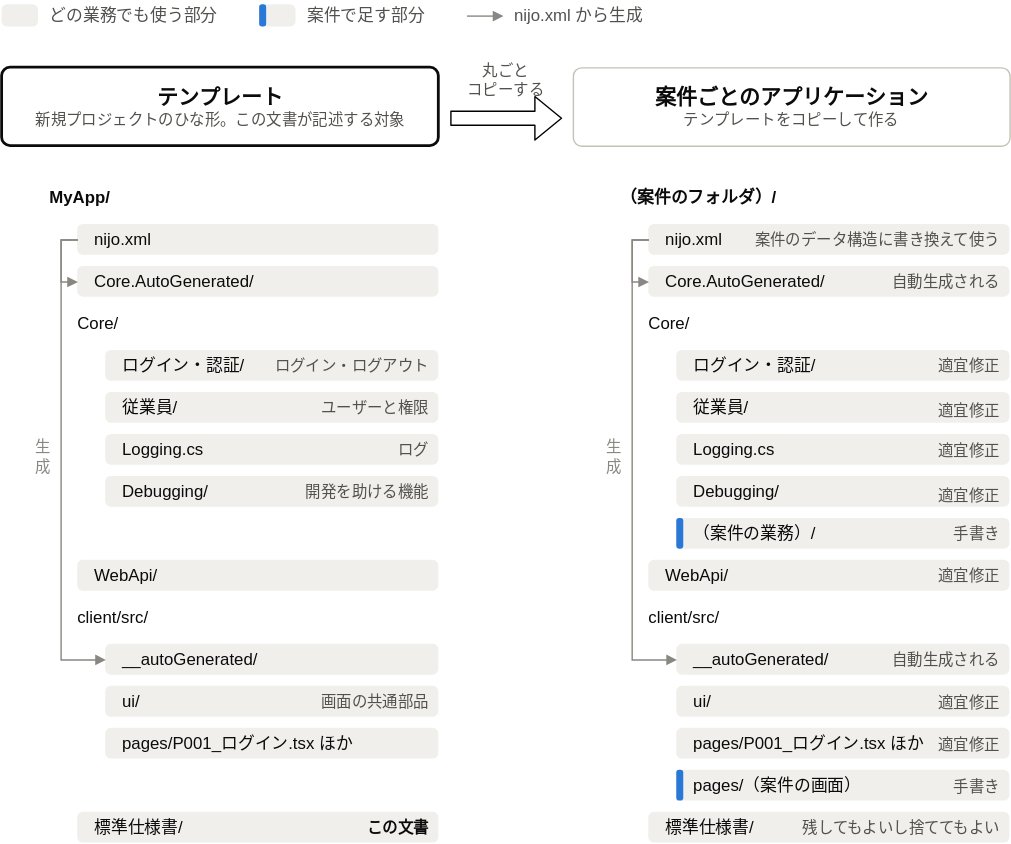
The draw.io diagram demo/101_販売管理システム/標準仕様書/図/概要図.drawio.svg in halllky/NijoAppScaffold, before a commit. Source tidied: cells renumbered, new cells last; positions are measured from the earlier drawing's top-left corner, leaving out a move shared by most shapes.
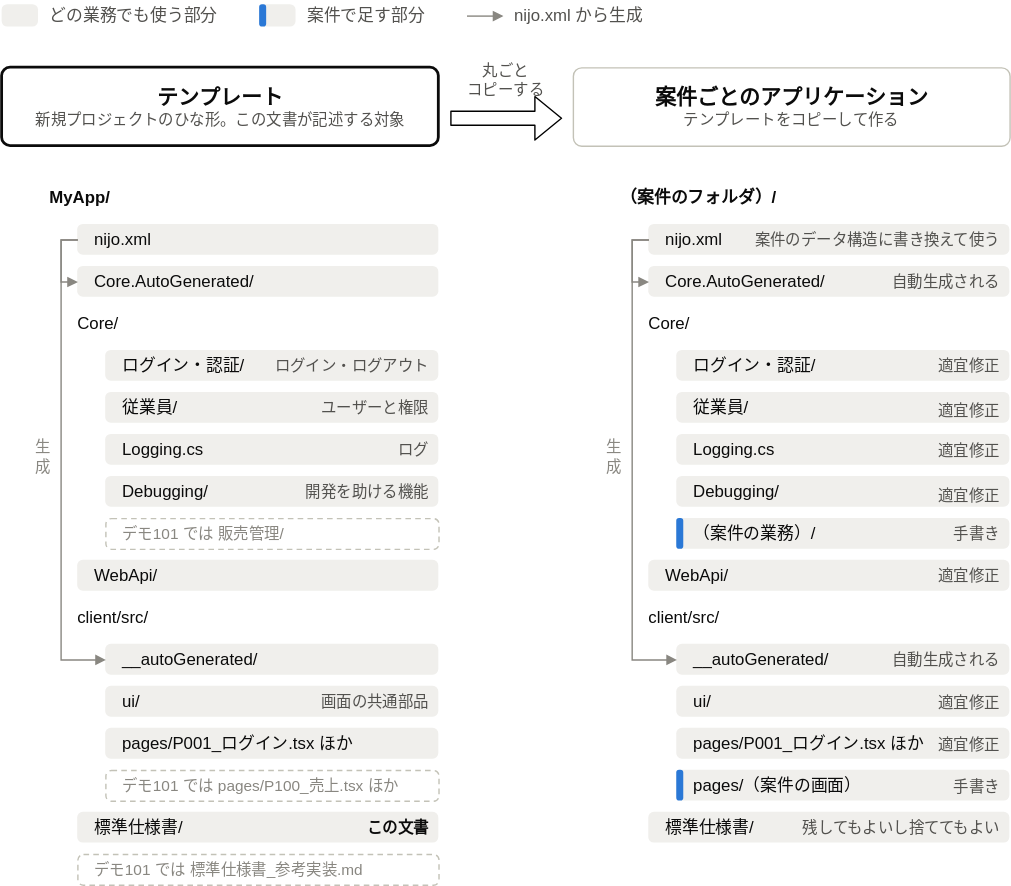
Above is the later version.

Commit message:
デモ101 標準仕様書の概要図に、デモ101では何が入るかの案内を戻す

この図を載せている文書は、テンプレートをデモ101から販売管理に固有の部分を取り除いたものとして説明しており、
点線の案内はその取り除かれる部分を表している。
テンプレートに固有の語が残っていないかの確認では、文書（*.md）と同じく、文書に載せる図も対象外とする。

Claude-Session: https://claude.ai/code/session_01VmEwDNGGaRNRLS85k2ub9t

Diff of the diagram source:
```diff
@@ -134,6 +134,12 @@
     <mxCell id="44" value="Debugging/" style="text;html=1;align=left;verticalAlign=middle;fontSize=12;fontColor=#0b0b0b;fontStyle=0;spacing=0;" parent="1" vertex="1">
       <mxGeometry x="494" y="340" width="214" height="22" as="geometry" />
     </mxCell>
+    <mxCell id="94" style="rounded=1;absoluteArcSize=1;arcSize=8;html=1;fillColor=none;strokeColor=#c3c2b7;strokeWidth=1;dashed=1;dashPattern=4 3;" parent="1" vertex="1">
+      <mxGeometry x="74" y="370" width="238" height="22" as="geometry" />
+    </mxCell>
+    <mxCell id="95" value="デモ101 では 販売管理/" style="text;html=1;align=left;verticalAlign=middle;fontSize=11;fontColor=#898781;fontStyle=0;spacing=0;" parent="1" vertex="1">
+      <mxGeometry x="86" y="370" width="226" height="22" as="geometry" />
+    </mxCell>
     <mxCell id="45" style="rounded=1;absoluteArcSize=1;arcSize=8;html=1;fillColor=#f0efec;strokeColor=none;strokeWidth=1;" parent="1" vertex="1">
       <mxGeometry x="482" y="370" width="238" height="22" as="geometry" />
     </mxCell>
@@ -200,6 +206,12 @@
     <mxCell id="66" value="pages/P001_ログイン.tsx ほか" style="text;html=1;align=left;verticalAlign=middle;fontSize=12;fontColor=#0b0b0b;fontStyle=0;spacing=0;" parent="1" vertex="1">
       <mxGeometry x="494" y="520" width="214" height="22" as="geometry" />
     </mxCell>
+    <mxCell id="96" style="rounded=1;absoluteArcSize=1;arcSize=8;html=1;fillColor=none;strokeColor=#c3c2b7;strokeWidth=1;dashed=1;dashPattern=4 3;" parent="1" vertex="1">
+      <mxGeometry x="74" y="550" width="238" height="22" as="geometry" />
+    </mxCell>
+    <mxCell id="97" value="デモ101 では pages/P100_売上.tsx ほか" style="text;html=1;align=left;verticalAlign=middle;fontSize=11;fontColor=#898781;fontStyle=0;spacing=0;" parent="1" vertex="1">
+      <mxGeometry x="86" y="550" width="226" height="22" as="geometry" />
+    </mxCell>
     <mxCell id="67" style="rounded=1;absoluteArcSize=1;arcSize=8;html=1;fillColor=#f0efec;strokeColor=none;strokeWidth=1;" parent="1" vertex="1">
       <mxGeometry x="482" y="550" width="238" height="22" as="geometry" />
     </mxCell>
@@ -227,6 +239,12 @@
     <mxCell id="75" value="残してもよいし捨ててもよい" style="text;html=1;align=right;verticalAlign=middle;fontSize=11;fontColor=#52514e;fontStyle=0;spacing=0;" parent="1" vertex="1">
       <mxGeometry x="620" y="580" width="92" height="22" as="geometry" />
     </mxCell>
+    <mxCell id="98" style="rounded=1;absoluteArcSize=1;arcSize=8;html=1;fillColor=none;strokeColor=#c3c2b7;strokeWidth=1;dashed=1;dashPattern=4 3;" parent="1" vertex="1">
+      <mxGeometry x="54" y="610" width="258" height="22" as="geometry" />
+    </mxCell>
+    <mxCell id="99" value="デモ101 では 標準仕様書_参考実装.md" style="text;html=1;align=left;verticalAlign=middle;fontSize=11;fontColor=#898781;fontStyle=0;spacing=0;" parent="1" vertex="1">
+      <mxGeometry x="66" y="610" width="246" height="22" as="geometry" />
+    </mxCell>
     <mxCell id="76" style="edgeStyle=orthogonalEdgeStyle;rounded=0;html=1;endArrow=block;endFill=1;endSize=5;strokeColor=#898781;strokeWidth=1;" parent="1" edge="1" source="14" target="19">
       <mxGeometry relative="1" as="geometry">
         <Array as="points">
```
